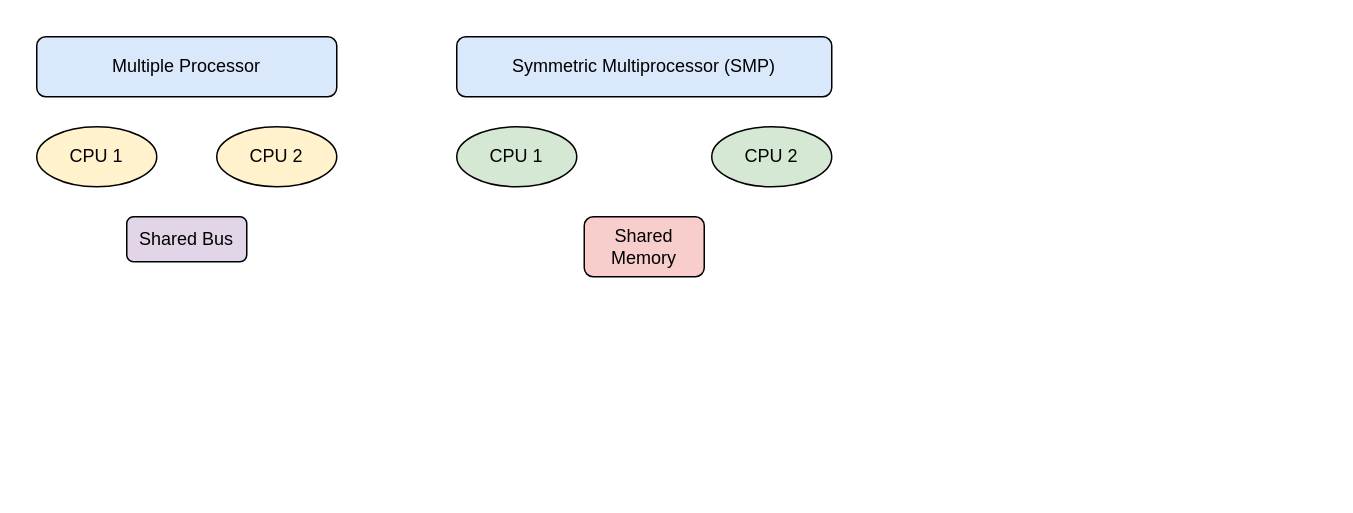
D-a-ops/DIO-A keeps this draw.io diagram as Diagram Tanpa Judul.drawio. Above is the earlier version. Source tidied: cells renumbered, new cells numbered last; positions are measured from the earlier drawing's top-left corner, leaving out a move shared by most shapes. Both pictures are drawn from the tidied source at 150%, with x=0, y=0 at pixel (36, 36).
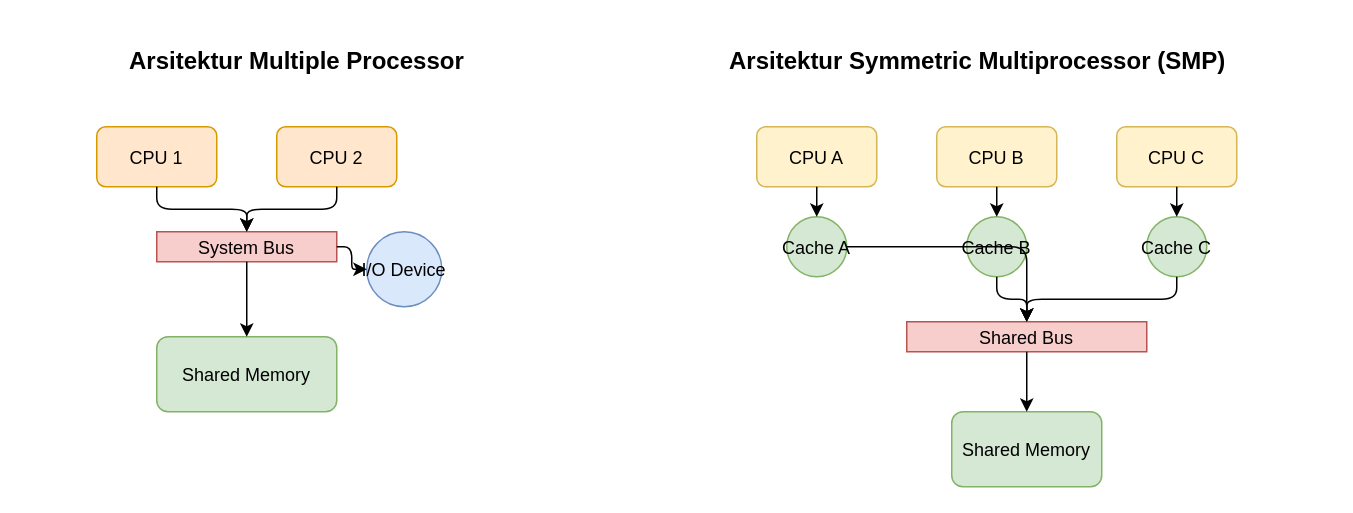
The same page after the edit.

What changed in the source:
```diff
@@
-    <mxCell id="2" value="Multiple Processor" style="rounded=1;whiteSpace=wrap;html=1;fillColor=#dae8fc;" parent="1" vertex="1">
-      <mxGeometry width="200" height="40" as="geometry" />
+    <mxCell id="2" value="Arsitektur Multiple Processor" style="text;html=1;fontSize=16;fontStyle=1;" parent="1" vertex="1">
+      <mxGeometry x="60" width="300" height="30" as="geometry" />
     </mxCell>
-    <mxCell id="3" value="CPU 1" style="ellipse;whiteSpace=wrap;html=1;fillColor=#fff2cc;" parent="1" vertex="1">
-      <mxGeometry y="60" width="80" height="40" as="geometry" />
+    <mxCell id="3" value="Arsitektur Symmetric Multiprocessor (SMP)" style="text;html=1;fontSize=16;fontStyle=1;" parent="1" vertex="1">
+      <mxGeometry x="460" width="400" height="30" as="geometry" />
     </mxCell>
-    <mxCell id="4" value="CPU 2" style="ellipse;whiteSpace=wrap;html=1;fillColor=#fff2cc;" parent="1" vertex="1">
-      <mxGeometry x="120" y="60" width="80" height="40" as="geometry" />
+    <mxCell id="4" value="CPU 1" style="rounded=1;fillColor=#ffe6cc;strokeColor=#d79b00;" parent="1" vertex="1">
+      <mxGeometry x="40" y="60" width="80" height="40" as="geometry" />
     </mxCell>
-    <mxCell id="5" value="Shared Bus" style="rounded=1;whiteSpace=wrap;html=1;fillColor=#e1d5e7;" parent="1" vertex="1">
-      <mxGeometry x="60" y="120" width="80" height="30" as="geometry" />
+    <mxCell id="5" value="CPU 2" style="rounded=1;fillColor=#ffe6cc;strokeColor=#d79b00;" parent="1" vertex="1">
+      <mxGeometry x="160" y="60" width="80" height="40" as="geometry" />
     </mxCell>
-    <mxCell id="6" style="edgeStyle=elbowEdgeStyle;rounded=1;html=1;strokeColor=#000000;" parent="1" edge="1" source="3" target="5" />
+    <mxCell id="6" value="System Bus" style="rounded=0;fillColor=#f8cecc;strokeColor=#b85450;" parent="1" vertex="1">
+      <mxGeometry x="80" y="130" width="120" height="20" as="geometry" />
+    </mxCell>
-    <mxCell id="7" style="edgeStyle=elbowEdgeStyle;rounded=1;html=1;strokeColor=#000000;" parent="1" edge="1" source="4" target="5" />
+    <mxCell id="7" value="Shared Memory" style="rounded=1;fillColor=#d5e8d4;strokeColor=#82b366;" parent="1" vertex="1">
+      <mxGeometry x="80" y="200" width="120" height="50" as="geometry" />
+    </mxCell>
-    <mxCell id="8" value="Symmetric Multiprocessor (SMP)" style="rounded=1;whiteSpace=wrap;html=1;fillColor=#dae8fc;" parent="1" vertex="1">
-      <mxGeometry x="280" width="250" height="40" as="geometry" />
+    <mxCell id="8" value="I/O Device" style="ellipse;fillColor=#dae8fc;strokeColor=#6c8ebf;" parent="1" vertex="1">
+      <mxGeometry x="220" y="130" width="50" height="50" as="geometry" />
     </mxCell>
-    <mxCell id="9" value="CPU 1" style="ellipse;whiteSpace=wrap;html=1;fillColor=#d5e8d4;" parent="1" vertex="1">
-      <mxGeometry x="280" y="60" width="80" height="40" as="geometry" />
+    <mxCell id="9" style="edgeStyle=orthogonalEdgeStyle;html=1;" parent="1" edge="1" source="4" target="6">
+      <mxGeometry relative="1" as="geometry" />
     </mxCell>
-    <mxCell id="10" value="CPU 2" style="ellipse;whiteSpace=wrap;html=1;fillColor=#d5e8d4;" parent="1" vertex="1">
-      <mxGeometry x="450" y="60" width="80" height="40" as="geometry" />
+    <mxCell id="10" style="edgeStyle=orthogonalEdgeStyle;html=1;" parent="1" edge="1" source="5" target="6">
+      <mxGeometry relative="1" as="geometry" />
     </mxCell>
-    <mxCell id="11" value="Shared Memory" style="rounded=1;whiteSpace=wrap;html=1;fillColor=#f8cecc;" parent="1" vertex="1">
-      <mxGeometry x="365" y="120" width="80" height="40" as="geometry" />
+    <mxCell id="11" style="edgeStyle=orthogonalEdgeStyle;html=1;" parent="1" edge="1" source="6" target="7">
+      <mxGeometry relative="1" as="geometry" />
     </mxCell>
-    <mxCell id="12" style="edgeStyle=elbowEdgeStyle;rounded=1;html=1;strokeColor=#000000;" parent="1" edge="1" source="9" target="11" />
+    <mxCell id="12" style="edgeStyle=orthogonalEdgeStyle;html=1;" parent="1" edge="1" source="6" target="8">
+      <mxGeometry relative="1" as="geometry" />
+    </mxCell>
-    <mxCell id="13" style="edgeStyle=elbowEdgeStyle;rounded=1;html=1;strokeColor=#000000;" parent="1" edge="1" source="10" target="11" />
+    <mxCell id="14" value="CPU A" style="rounded=1;fillColor=#fff2cc;strokeColor=#d6b656;" parent="1" vertex="1">
+      <mxGeometry x="480" y="60" width="80" height="40" as="geometry" />
+    </mxCell>
+    <mxCell id="15" value="Cache A" style="ellipse;fillColor=#d5e8d4;strokeColor=#82b366;" parent="1" vertex="1">
+      <mxGeometry x="500" y="120" width="40" height="40" as="geometry" />
+    </mxCell>
+    <mxCell id="16" value="CPU B" style="rounded=1;fillColor=#fff2cc;strokeColor=#d6b656;" parent="1" vertex="1">
+      <mxGeometry x="600" y="60" width="80" height="40" as="geometry" />
+    </mxCell>
+    <mxCell id="17" value="Cache B" style="ellipse;fillColor=#d5e8d4;strokeColor=#82b366;" parent="1" vertex="1">
+      <mxGeometry x="620" y="120" width="40" height="40" as="geometry" />
+    </mxCell>
+    <mxCell id="18" value="CPU C" style="rounded=1;fillColor=#fff2cc;strokeColor=#d6b656;" parent="1" vertex="1">
+      <mxGeometry x="720" y="60" width="80" height="40" as="geometry" />
+    </mxCell>
+    <mxCell id="19" value="Cache C" style="ellipse;fillColor=#d5e8d4;strokeColor=#82b366;" parent="1" vertex="1">
+      <mxGeometry x="740" y="120" width="40" height="40" as="geometry" />
+    </mxCell>
+    <mxCell id="20" value="Shared Bus" style="rounded=0;fillColor=#f8cecc;strokeColor=#b85450;" parent="1" vertex="1">
+      <mxGeometry x="580" y="190" width="160" height="20" as="geometry" />
+    </mxCell>
+    <mxCell id="21" value="Shared Memory" style="rounded=1;fillColor=#d5e8d4;strokeColor=#82b366;" parent="1" vertex="1">
+      <mxGeometry x="610" y="250" width="100" height="50" as="geometry" />
+    </mxCell>
+    <mxCell id="22" style="edgeStyle=orthogonalEdgeStyle;html=1;" parent="1" edge="1" source="14" target="15">
+      <mxGeometry relative="1" as="geometry" />
+    </mxCell>
+    <mxCell id="23" style="edgeStyle=orthogonalEdgeStyle;html=1;" parent="1" edge="1" source="15" target="20">
+      <mxGeometry relative="1" as="geometry" />
+    </mxCell>
+    <mxCell id="24" style="edgeStyle=orthogonalEdgeStyle;html=1;" parent="1" edge="1" source="16" target="17">
+      <mxGeometry relative="1" as="geometry" />
+    </mxCell>
+    <mxCell id="25" style="edgeStyle=orthogonalEdgeStyle;html=1;" parent="1" edge="1" source="17" target="20">
+      <mxGeometry relative="1" as="geometry" />
+    </mxCell>
+    <mxCell id="26" style="edgeStyle=orthogonalEdgeStyle;html=1;" parent="1" edge="1" source="18" target="19">
+      <mxGeometry relative="1" as="geometry" />
+    </mxCell>
+    <mxCell id="27" style="edgeStyle=orthogonalEdgeStyle;html=1;" parent="1" edge="1" source="19" target="20">
+      <mxGeometry relative="1" as="geometry" />
+    </mxCell>
+    <mxCell id="28" style="edgeStyle=orthogonalEdgeStyle;html=1;" parent="1" edge="1" source="20" target="21">
+      <mxGeometry relative="1" as="geometry" />
+    </mxCell>
```
